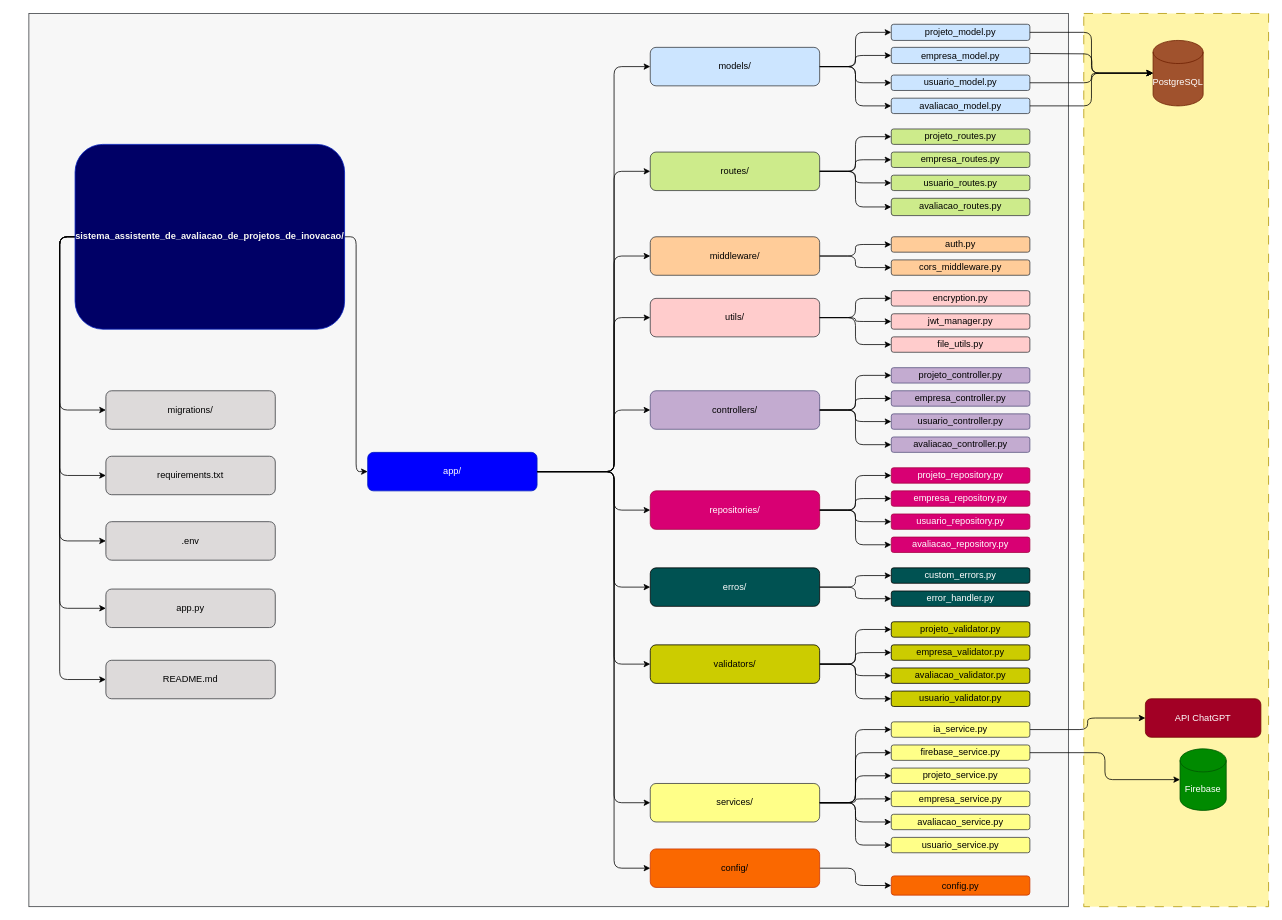
The draw.io diagram profile/diagrama_arquitetura_software_gestao_projetos_inovacao.drawio.xml in chat-softex/.github, before the edit. Source tidied: cells renumbered, new cells numbered last; positions are measured from the earlier drawing's top-left corner, leaving out a move shared by most shapes. Both pictures are drawn from the tidied source at 77%, with x=0, y=0 at pixel (28, 13).
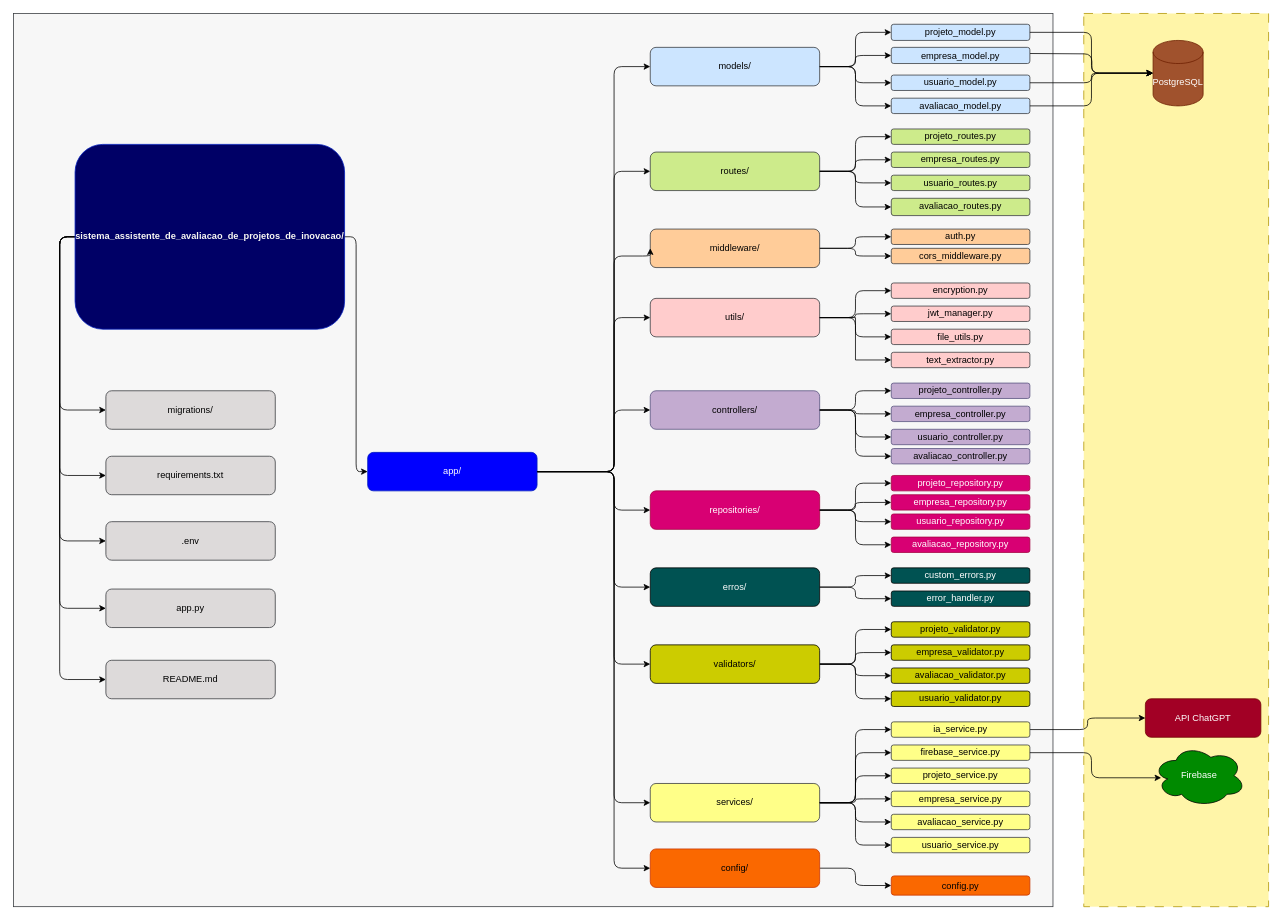
After the change.

Unchanged cells that the change refers to:
```xml
<mxCell id="25" value="utils/" style="rounded=1;whiteSpace=wrap;html=1;fillColor=#ffcccc;strokeColor=#36393d;" parent="1" vertex="1">
  <mxGeometry x="807" y="370" width="220" height="50" as="geometry" />
</mxCell>
<mxCell id="64" value="firebase_service.py" style="rounded=1;whiteSpace=wrap;html=1;fillColor=#ffff88;strokeColor=#36393d;" parent="1" vertex="1">
  <mxGeometry x="1120" y="950" width="180" height="20" as="geometry" />
</mxCell>
```

What changed in the source:
```diff
@@
     <mxCell id="3" style="rounded=0;whiteSpace=wrap;html=1;fillColor=#f7f7f7;strokeColor=#36393d;" parent="1" vertex="1">
-      <mxGeometry width="1350" height="1160" as="geometry" />
+      <mxGeometry x="-20" width="1350" height="1160" as="geometry" />
     </mxCell>
@@
     <mxCell id="24" value="middleware/" style="rounded=1;whiteSpace=wrap;html=1;fillColor=#ffcc99;strokeColor=#36393d;" parent="1" vertex="1">
-      <mxGeometry x="807" y="290" width="220" height="50" as="geometry" />
+      <mxGeometry x="807" y="280" width="220" height="50" as="geometry" />
     </mxCell>
+    <mxCell id="116" style="edgeStyle=orthogonalEdgeStyle;rounded=0;jettySize=auto;html=1;entryX=0;entryY=0.5;entryDx=0;entryDy=0;" parent="1" edge="1" source="25" target="117">
+      <mxGeometry relative="1" as="geometry" />
+    </mxCell>
@@
     <mxCell id="48" value="auth.py" style="rounded=1;whiteSpace=wrap;html=1;fillColor=#ffcc99;strokeColor=#36393d;" parent="1" vertex="1">
-      <mxGeometry x="1120" y="290" width="180" height="20" as="geometry" />
+      <mxGeometry x="1120" y="280" width="180" height="20" as="geometry" />
     </mxCell>
@@
     <mxCell id="50" value="encryption.py" style="rounded=1;whiteSpace=wrap;html=1;fillColor=#ffcccc;strokeColor=#36393d;" parent="1" vertex="1">
-      <mxGeometry x="1120" y="360" width="180" height="20" as="geometry" />
+      <mxGeometry x="1120" y="350" width="180" height="20" as="geometry" />
     </mxCell>
     <mxCell id="51" value="jwt_manager.py" style="rounded=1;whiteSpace=wrap;html=1;fillColor=#ffcccc;strokeColor=#36393d;" parent="1" vertex="1">
-      <mxGeometry x="1120" y="390" width="180" height="20" as="geometry" />
+      <mxGeometry x="1120" y="380" width="180" height="20" as="geometry" />
     </mxCell>
     <mxCell id="52" value="file_utils.py" style="rounded=1;whiteSpace=wrap;html=1;fillColor=#ffcccc;strokeColor=#36393d;" parent="1" vertex="1">
-      <mxGeometry x="1120" y="420" width="180" height="20" as="geometry" />
+      <mxGeometry x="1120" y="410" width="180" height="20" as="geometry" />
     </mxCell>
@@
     <mxCell id="56" value="projeto_controller.py" style="rounded=1;whiteSpace=wrap;html=1;fillColor=#C3ABD0;strokeColor=#56517e;" parent="1" vertex="1">
-      <mxGeometry x="1120" y="460" width="180" height="20" as="geometry" />
+      <mxGeometry x="1120" y="480" width="180" height="20" as="geometry" />
     </mxCell>
     <mxCell id="57" value="usuario_controller.py" style="rounded=1;whiteSpace=wrap;html=1;fillColor=#C3ABD0;strokeColor=#56517e;" parent="1" vertex="1">
-      <mxGeometry x="1120" y="520" width="180" height="20" as="geometry" />
+      <mxGeometry x="1120" y="540" width="180" height="20" as="geometry" />
     </mxCell>
     <mxCell id="58" value="avaliacao_controller.py" style="rounded=1;whiteSpace=wrap;html=1;fillColor=#C3ABD0;strokeColor=#56517e;" parent="1" vertex="1">
-      <mxGeometry x="1120" y="550" width="180" height="20" as="geometry" />
+      <mxGeometry x="1120" y="565" width="180" height="20" as="geometry" />
     </mxCell>
@@
     <mxCell id="79" value="projeto_repository.py" style="rounded=1;whiteSpace=wrap;html=1;fillColor=#d80073;strokeColor=#A50040;fontColor=#ffffff;" parent="1" vertex="1">
-      <mxGeometry x="1120" y="590" width="180" height="20" as="geometry" />
+      <mxGeometry x="1120" y="600" width="180" height="20" as="geometry" />
     </mxCell>
@@
     <mxCell id="85" value="&lt;div style=&quot;line-height: 27px; white-space: pre;&quot;&gt;&lt;font face=&quot;Helvetica&quot; style=&quot;font-size: 12px;&quot;&gt;cors_middleware.py&lt;/font&gt;&lt;/div&gt;" style="rounded=1;whiteSpace=wrap;html=1;fillColor=#ffcc99;strokeColor=#36393d;" parent="1" vertex="1">
-      <mxGeometry x="1120" y="320" width="180" height="20" as="geometry" />
+      <mxGeometry x="1120" y="305" width="180" height="20" as="geometry" />
     </mxCell>
@@
-    <mxCell id="88" value="Firebase" style="shape=cylinder3;whiteSpace=wrap;html=1;boundedLbl=1;backgroundOutline=1;size=15;fillColor=#008a00;fontColor=#ffffff;strokeColor=#005700;" parent="1" vertex="1">
-      <mxGeometry x="1495" y="955" width="60" height="80" as="geometry" />
-    </mxCell>
-    <mxCell id="89" style="edgeStyle=orthogonalEdgeStyle;rounded=1;jettySize=auto;html=1;entryX=0;entryY=0.5;entryDx=0;entryDy=0;entryPerimeter=0;curved=0;" parent="1" edge="1" source="64" target="88">
-      <mxGeometry relative="1" as="geometry" />
-    </mxCell>
@@
     <mxCell id="98" value="empresa_controller.py" style="rounded=1;whiteSpace=wrap;html=1;fillColor=#C3ABD0;strokeColor=#56517e;" parent="1" vertex="1">
-      <mxGeometry x="1120" y="490" width="180" height="20" as="geometry" />
+      <mxGeometry x="1120" y="510" width="180" height="20" as="geometry" />
     </mxCell>
     <mxCell id="99" value="empresa_repository.py" style="rounded=1;whiteSpace=wrap;html=1;fillColor=#d80073;strokeColor=#A50040;fontColor=#ffffff;" parent="1" vertex="1">
-      <mxGeometry x="1120" y="620" width="180" height="20" as="geometry" />
+      <mxGeometry x="1120" y="625" width="180" height="20" as="geometry" />
     </mxCell>
@@
+    <mxCell id="88" value="&lt;font color=&quot;#ffffff&quot;&gt;Firebase&lt;/font&gt;" style="ellipse;shape=cloud;whiteSpace=wrap;html=1;fillColor=#008A00;" parent="1" vertex="1">
+      <mxGeometry x="1460" y="950" width="120" height="80" as="geometry" />
+    </mxCell>
+    <mxCell id="89" style="edgeStyle=orthogonalEdgeStyle;rounded=1;jettySize=auto;html=1;entryX=0.088;entryY=0.533;entryDx=0;entryDy=0;entryPerimeter=0;curved=0;" parent="1" edge="1" source="64" target="88">
+      <mxGeometry relative="1" as="geometry" />
+    </mxCell>
+    <mxCell id="117" value="text_extractor.py" style="rounded=1;whiteSpace=wrap;html=1;fillColor=#ffcccc;strokeColor=#36393d;" parent="1" vertex="1">
+      <mxGeometry x="1120" y="440" width="180" height="20" as="geometry" />
+    </mxCell>
```
